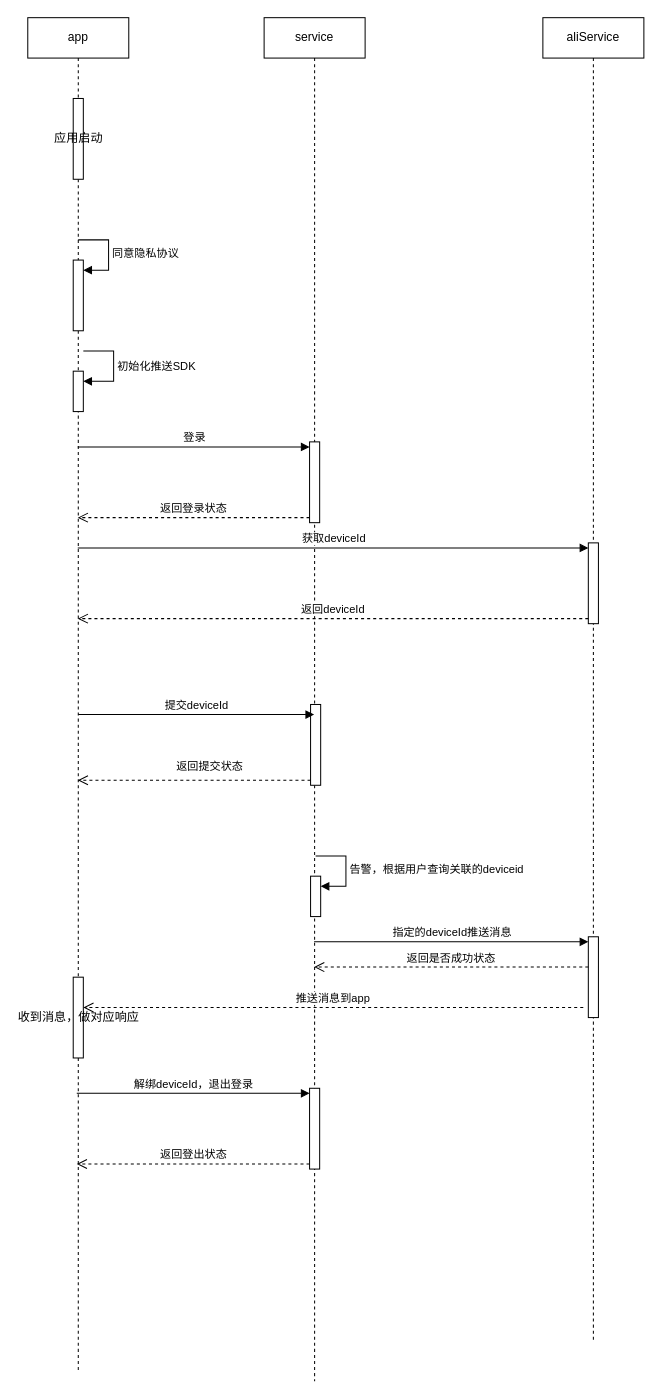
This is 推送设计.drawio from geeker-cmc/css3, a draw.io file, before an edit. Source tidied: cells renumbered, new cells numbered last; positions are measured from the earlier drawing's top-left corner, leaving out a move shared by most shapes. Both pictures are drawn from the tidied source at 101%, with x=0, y=0 at pixel (27, 17).
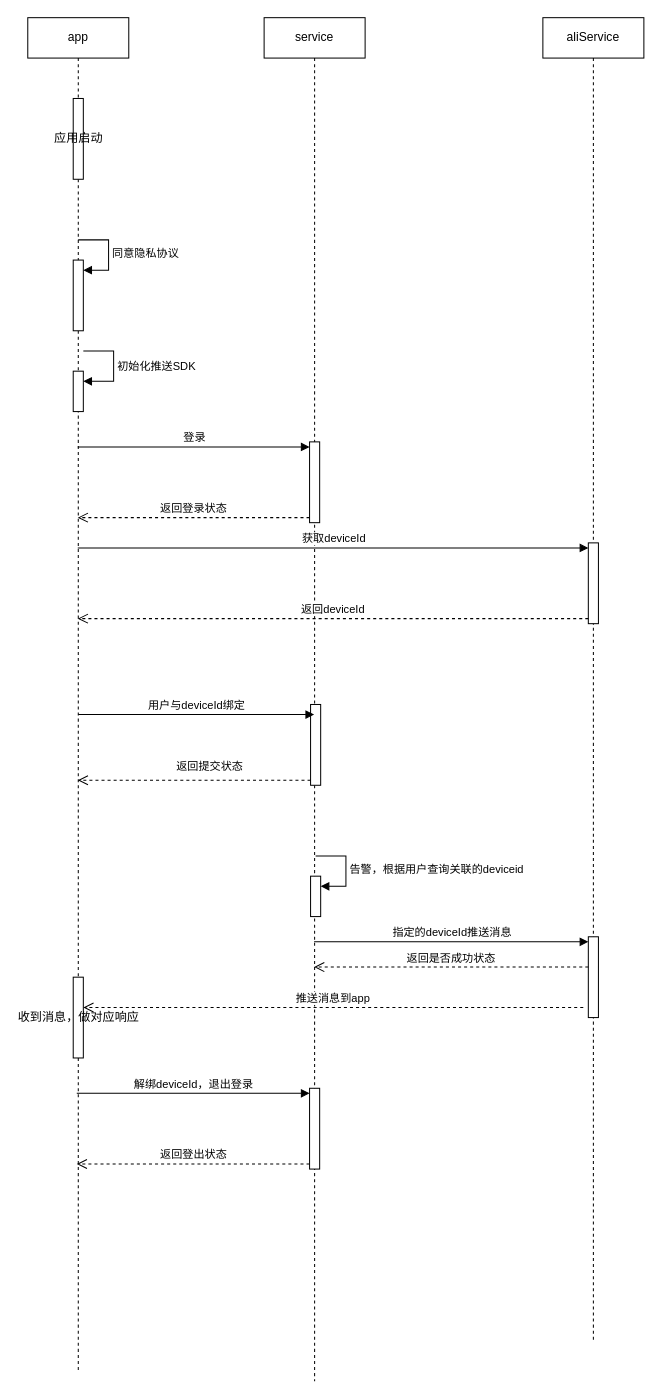
The same diagram, later.

Commit message:
更新推送设计.drawio

What changed in the source:
```diff
@@
-    <mxCell id="28" value="提交deviceId" style="html=1;verticalAlign=bottom;endArrow=block;curved=0;rounded=0;" parent="1" edge="1">
+    <mxCell id="28" value="用户与deviceId绑定" style="html=1;verticalAlign=bottom;endArrow=block;curved=0;rounded=0;" parent="1" edge="1">
       <mxGeometry relative="1" as="geometry">
         <mxPoint x="50" y="690" as="sourcePoint" />
         <mxPoint x="283.5" y="690" as="targetPoint" />
       </mxGeometry>
     </mxCell>
```
